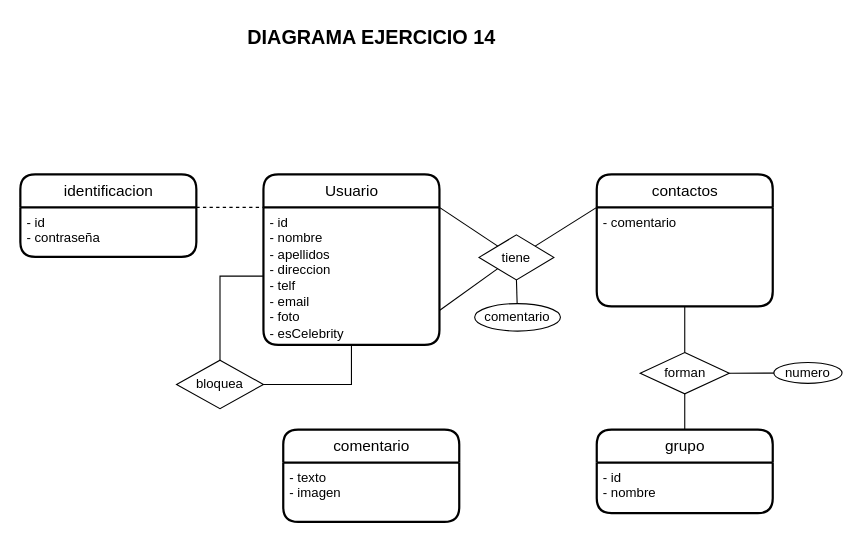
JuanMarinG/TA12_MYSQL keeps this draw.io diagram as ex14.drawio. Above is the earlier version. Source tidied: cells renumbered, new cells numbered last; positions are measured from the earlier drawing's top-left corner, leaving out a move shared by most shapes. Both pictures are drawn from the tidied source at 110%, with x=0, y=0 at pixel (20, 19).
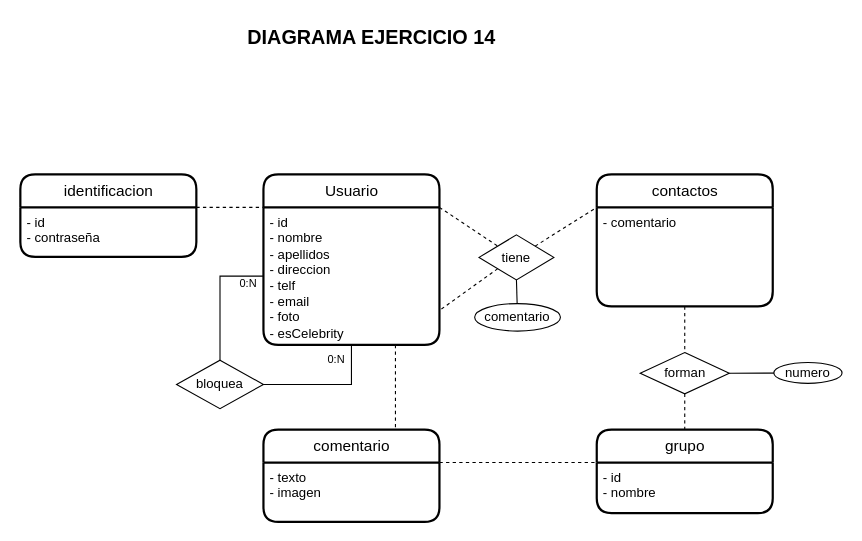
The same page after the edit.

Commit message:
Añadir cardinalidades

The change refers to these unchanged cells:
```xml
<mxCell id="3" value="&lt;div&gt;- id&lt;/div&gt;&lt;div&gt;- nombre&lt;/div&gt;&lt;div&gt;- apellidos&lt;/div&gt;&lt;div&gt;- direccion&lt;/div&gt;&lt;div&gt;- telf&lt;/div&gt;&lt;div&gt;- email&lt;/div&gt;&lt;div&gt;- foto&lt;/div&gt;&lt;div&gt;- esCelebrity&lt;br&gt;&lt;/div&gt;&lt;div&gt;&lt;br&gt;&lt;/div&gt;" style="align=left;strokeColor=none;fillColor=none;spacingLeft=4;fontSize=12;verticalAlign=top;html=1;" parent="2" vertex="1">
  <mxGeometry y="30" width="160" height="125" as="geometry" />
</mxCell>
<mxCell id="7" value="- comentario" style="align=left;strokeColor=none;fillColor=none;spacingLeft=4;fontSize=12;verticalAlign=top;html=1;" parent="6" vertex="1">
  <mxGeometry y="30" width="160" height="90" as="geometry" />
</mxCell>
<mxCell id="9" value="&lt;div&gt;- texto&lt;/div&gt;&lt;div&gt;- imagen&lt;br&gt;&lt;/div&gt;" style="align=left;strokeColor=none;fillColor=none;spacingLeft=4;fontSize=12;verticalAlign=top;html=1;" parent="8" vertex="1">
  <mxGeometry y="30" width="160" height="54" as="geometry" />
</mxCell>
<mxCell id="13" value="tiene" style="shape=rhombus;perimeter=rhombusPerimeter;whiteSpace=wrap;html=1;align=center;" parent="1" vertex="1">
  <mxGeometry x="417" y="196" width="68" height="41" as="geometry" />
</mxCell>
<mxCell id="15" value="grupo" style="swimlane;horizontal=1;startSize=30;rounded=1;fontSize=14;fontStyle=0;strokeWidth=2;shadow=0;dashed=0;align=center;html=1;" parent="1" vertex="1">
  <mxGeometry x="524" y="373" width="160" height="76" as="geometry" />
</mxCell>
<mxCell id="16" value="&lt;div&gt;- id&lt;/div&gt;&lt;div&gt;- nombre&lt;/div&gt;&lt;div&gt;&lt;br&gt;&lt;/div&gt;" style="align=left;strokeColor=none;fillColor=none;spacingLeft=4;fontSize=12;verticalAlign=top;html=1;" parent="15" vertex="1">
  <mxGeometry y="30" width="160" height="46" as="geometry" />
</mxCell>
<mxCell id="18" value="forman" style="shape=rhombus;perimeter=rhombusPerimeter;whiteSpace=wrap;html=1;align=center;" parent="1" vertex="1">
  <mxGeometry x="563.5" y="303" width="81" height="37.5" as="geometry" />
</mxCell>
```

What changed in the source:
```diff
@@
     <mxCell id="8" value="comentario" style="swimlane;horizontal=1;startSize=30;rounded=1;fontSize=14;fontStyle=0;strokeWidth=2;shadow=0;dashed=0;align=center;html=1;" parent="1" vertex="1">
-      <mxGeometry x="239" y="373" width="160" height="84" as="geometry" />
+      <mxGeometry x="221" y="373" width="160" height="84" as="geometry" />
     </mxCell>
@@
-    <mxCell id="12" style="endArrow=none;html=1;rounded=0;exitX=0;exitY=1;exitDx=0;exitDy=0;entryX=1;entryY=0.75;entryDx=0;entryDy=0;startArrow=none;" parent="1" edge="1" source="13" target="3">
+    <mxCell id="12" style="endArrow=none;html=1;rounded=0;exitX=0;exitY=1;exitDx=0;exitDy=0;entryX=1;entryY=0.75;entryDx=0;entryDy=0;startArrow=none;dashed=1;" parent="1" edge="1" source="13" target="3">
       <mxGeometry relative="1" as="geometry" />
     </mxCell>
@@
-    <mxCell id="14" style="endArrow=none;html=1;rounded=0;exitX=1;exitY=0;exitDx=0;exitDy=0;entryX=0;entryY=0;entryDx=0;entryDy=0;" parent="1" edge="1" source="3" target="13">
+    <mxCell id="14" style="endArrow=none;html=1;rounded=0;exitX=1;exitY=0;exitDx=0;exitDy=0;entryX=0;entryY=0;entryDx=0;entryDy=0;dashed=1;" parent="1" edge="1" source="3" target="13">
       <mxGeometry relative="1" as="geometry" />
     </mxCell>
@@
-    <mxCell id="17" style="endArrow=none;html=1;rounded=0;entryX=0.5;entryY=0;entryDx=0;entryDy=0;exitX=0.5;exitY=1;exitDx=0;exitDy=0;" parent="1" edge="1" source="7" target="18">
+    <mxCell id="17" style="endArrow=none;html=1;rounded=0;entryX=0.5;entryY=0;entryDx=0;entryDy=0;exitX=0.5;exitY=1;exitDx=0;exitDy=0;dashed=1;" parent="1" edge="1" source="7" target="18">
       <mxGeometry relative="1" as="geometry" />
     </mxCell>
@@
-    <mxCell id="24" style="endArrow=none;html=1;rounded=0;exitX=1;exitY=0;exitDx=0;exitDy=0;entryX=0;entryY=0;entryDx=0;entryDy=0;" parent="1" edge="1" source="13" target="7">
+    <mxCell id="24" style="endArrow=none;html=1;rounded=0;exitX=1;exitY=0;exitDx=0;exitDy=0;entryX=0;entryY=0;entryDx=0;entryDy=0;dashed=1;" parent="1" edge="1" source="13" target="7">
       <mxGeometry relative="1" as="geometry" />
     </mxCell>
-    <mxCell id="25" style="endArrow=none;html=1;rounded=0;entryX=0.5;entryY=0;entryDx=0;entryDy=0;exitX=0.5;exitY=1;exitDx=0;exitDy=0;" parent="1" edge="1" source="18" target="15">
+    <mxCell id="25" style="endArrow=none;html=1;rounded=0;entryX=0.5;entryY=0;entryDx=0;entryDy=0;exitX=0.5;exitY=1;exitDx=0;exitDy=0;dashed=1;" parent="1" edge="1" source="18" target="15">
       <mxGeometry relative="1" as="geometry" />
     </mxCell>
@@
+    <mxCell id="28" style="endArrow=none;dashed=1;html=1;rounded=0;fontSize=18;exitX=0.75;exitY=1;exitDx=0;exitDy=0;entryX=0.75;entryY=0;entryDx=0;entryDy=0;" parent="1" edge="1" source="3" target="8">
+      <mxGeometry relative="1" as="geometry" />
+    </mxCell>
+    <mxCell id="29" style="endArrow=none;dashed=1;html=1;rounded=0;fontSize=18;exitX=1;exitY=0;exitDx=0;exitDy=0;entryX=0;entryY=0;entryDx=0;entryDy=0;" parent="1" edge="1" source="9" target="16">
+      <mxGeometry relative="1" as="geometry" />
+    </mxCell>
+    <mxCell id="30" value="&lt;font style=&quot;font-size: 10px;&quot;&gt;0:N&lt;/font&gt;" style="text;html=1;align=center;verticalAlign=middle;strokeColor=none;fillColor=none;fontSize=18;" parent="1" vertex="1">
+      <mxGeometry x="190" y="221" width="34" height="34" as="geometry" />
+    </mxCell>
+    <mxCell id="31" value="&lt;font style=&quot;font-size: 10px;&quot;&gt;0:N&lt;/font&gt;" style="text;html=1;align=center;verticalAlign=middle;strokeColor=none;fillColor=none;fontSize=18;" parent="1" vertex="1">
+      <mxGeometry x="270" y="290" width="34" height="34" as="geometry" />
+    </mxCell>
```
